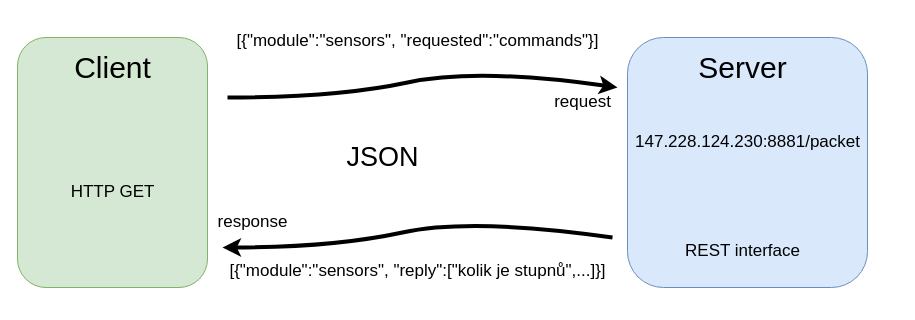
This is egs/voicehome/doc/thesis/img/REST_schema.drawio from kitt10/iot, a draw.io file, before an edit. Source tidied: cells renumbered, new cells numbered last; positions are measured from the earlier drawing's top-left corner, leaving out a move shared by most shapes. Both pictures are drawn from the tidied source at 100%, with x=0, y=0 at pixel (17, 17).
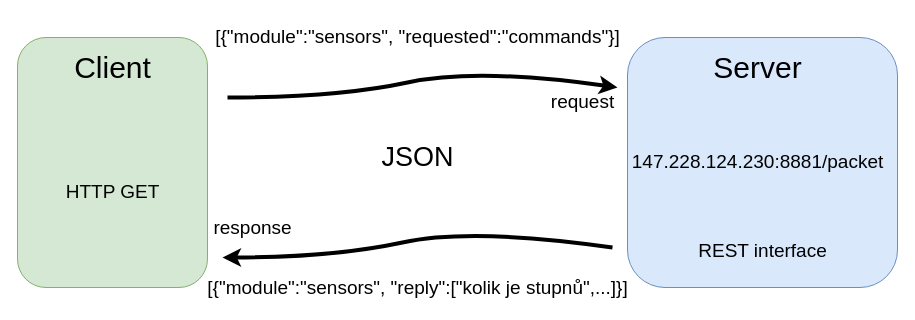
The same page after the edit.

Change to the diagram source:
```diff
@@
-    <mxCell id="4" value="HTTP GET" style="text;html=1;align=center;verticalAlign=middle;fontSize=17;" parent="1" vertex="1">
-      <mxGeometry x="45" y="160" width="100" height="30" as="geometry" />
+    <mxCell id="4" value="HTTP GET" style="text;html=1;align=center;verticalAlign=middle;fontSize=19;" parent="1" vertex="1">
+      <mxGeometry x="40" y="160" width="110" height="30" as="geometry" />
     </mxCell>
     <mxCell id="5" style="rounded=1;whiteSpace=wrap;html=1;fillColor=#dae8fc;strokeColor=#6c8ebf;" parent="1" vertex="1">
-      <mxGeometry x="610" y="20" width="240" height="250" as="geometry" />
+      <mxGeometry x="610" y="20" width="270" height="250" as="geometry" />
     </mxCell>
     <mxCell id="6" value="Server" style="text;html=1;align=center;verticalAlign=middle;fontSize=30;" parent="1" vertex="1">
-      <mxGeometry x="675" y="30" width="100" height="40" as="geometry" />
+      <mxGeometry x="690" y="30" width="100" height="40" as="geometry" />
     </mxCell>
-    <mxCell id="7" value="REST interface" style="text;html=1;align=center;verticalAlign=middle;fontSize=17;" parent="1" vertex="1">
-      <mxGeometry x="660" y="219" width="130" height="30" as="geometry" />
+    <mxCell id="7" value="REST interface" style="text;html=1;align=center;verticalAlign=middle;fontSize=19;" parent="1" vertex="1">
+      <mxGeometry x="675" y="219" width="140" height="30" as="geometry" />
     </mxCell>
-    <mxCell id="8" value="147.228.124.230:8881/packet" style="text;html=1;align=center;verticalAlign=middle;fontSize=17;" parent="1" vertex="1">
-      <mxGeometry x="610" y="110" width="240" height="30" as="geometry" />
+    <mxCell id="8" value="147.228.124.230:8881/packet" style="text;html=1;align=center;verticalAlign=middle;fontSize=19;" parent="1" vertex="1">
+      <mxGeometry x="605" y="130" width="270" height="30" as="geometry" />
     </mxCell>
@@
     <mxCell id="10" value="JSON" style="text;html=1;align=center;verticalAlign=middle;fontSize=27;" parent="1" vertex="1">
-      <mxGeometry x="320" y="120" width="90" height="40" as="geometry" />
+      <mxGeometry x="355" y="120" width="90" height="40" as="geometry" />
     </mxCell>
-    <mxCell id="11" value="response" style="text;html=1;align=center;verticalAlign=middle;fontSize=17;" parent="1" vertex="1">
-      <mxGeometry x="190" y="190" width="90" height="30" as="geometry" />
+    <mxCell id="11" value="response" style="text;html=1;align=center;verticalAlign=middle;fontSize=19;" parent="1" vertex="1">
+      <mxGeometry x="190" y="196" width="90" height="30" as="geometry" />
     </mxCell>
-    <mxCell id="12" value="request" style="text;html=1;align=center;verticalAlign=middle;fontSize=17;" parent="1" vertex="1">
-      <mxGeometry x="530" y="70" width="70" height="30" as="geometry" />
+    <mxCell id="12" value="request" style="text;html=1;align=center;verticalAlign=middle;fontSize=19;" parent="1" vertex="1">
+      <mxGeometry x="525" y="70" width="80" height="30" as="geometry" />
     </mxCell>
-    <mxCell id="13" value="&lt;font style=&quot;font-size: 17px&quot;&gt;[{&quot;module&quot;:&quot;sensors&quot;, &quot;requested&quot;:&quot;commands&quot;}]&lt;/font&gt;" style="text;html=1;align=center;verticalAlign=middle;fontSize=27;" parent="1" vertex="1">
-      <mxGeometry x="210" width="380" height="40" as="geometry" />
+    <mxCell id="13" value="&lt;font style=&quot;font-size: 19px;&quot;&gt;[{&quot;module&quot;:&quot;sensors&quot;, &quot;requested&quot;:&quot;commands&quot;}]&lt;/font&gt;" style="text;html=1;align=center;verticalAlign=middle;fontSize=19;" parent="1" vertex="1">
+      <mxGeometry x="190" y="5" width="420" height="30" as="geometry" />
     </mxCell>
-    <mxCell id="14" value="&lt;font style=&quot;font-size: 17px&quot;&gt;[{&quot;module&quot;:&quot;sensors&quot;, &quot;reply&quot;:[&quot;kolik je stupnů&quot;,...]}]&lt;/font&gt;" style="text;html=1;align=center;verticalAlign=middle;fontSize=27;" parent="1" vertex="1">
-      <mxGeometry x="205" y="230" width="390" height="40" as="geometry" />
+    <mxCell id="14" value="&lt;font style=&quot;font-size: 19px;&quot;&gt;[{&quot;module&quot;:&quot;sensors&quot;, &quot;reply&quot;:[&quot;kolik je stupnů&quot;,...]}]&lt;/font&gt;" style="text;html=1;align=center;verticalAlign=middle;fontSize=19;" parent="1" vertex="1">
+      <mxGeometry x="180" y="256" width="440" height="30" as="geometry" />
     </mxCell>
     <mxCell id="15" style="curved=1;endArrow=classic;html=1;fontSize=17;strokeWidth=4;" parent="1" edge="1">
       <mxGeometry relative="1" as="geometry">
-        <mxPoint x="595" y="220" as="sourcePoint" />
-        <mxPoint x="205" y="230" as="targetPoint" />
+        <mxPoint x="595" y="230" as="sourcePoint" />
+        <mxPoint x="205" y="240" as="targetPoint" />
         <Array as="points">
-          <mxPoint x="455" y="200" />
-          <mxPoint x="315" y="230" />
+          <mxPoint x="455" y="210" />
+          <mxPoint x="315" y="240" />
         </Array>
       </mxGeometry>
     </mxCell>
```
